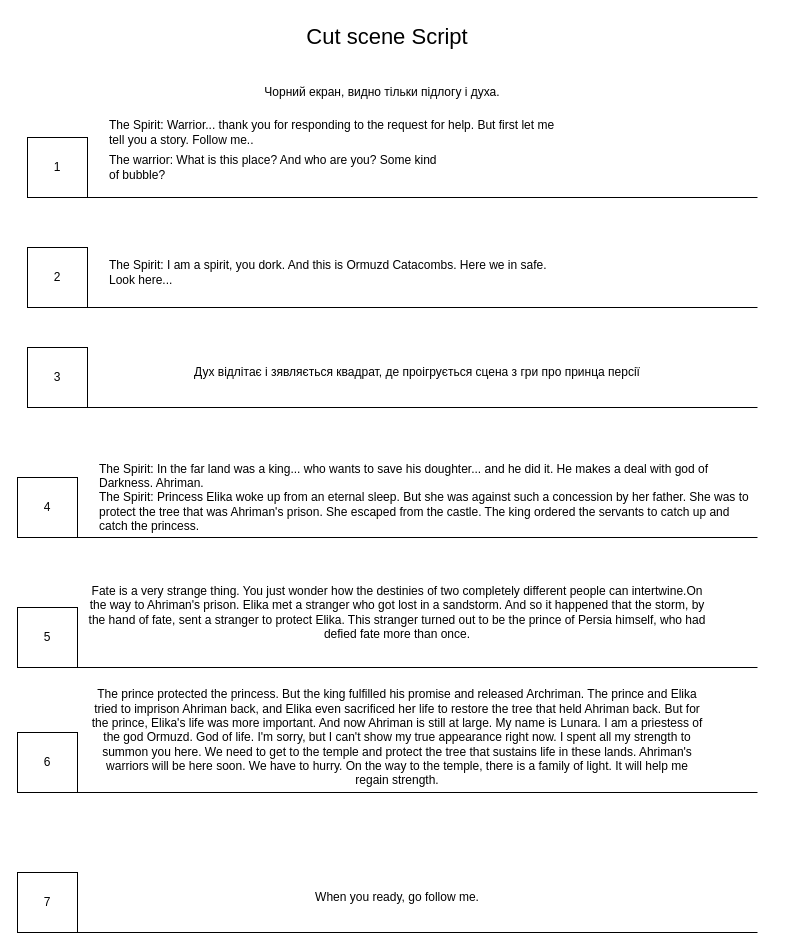
The draw.io diagram page "Сторінка-2" (2 of 2) of Assets/Design Doc/Cut Scene.drawio in NSmocker/BTMapMods, before the edit. Source tidied: cells renumbered, new cells numbered last; positions are measured from the earlier drawing's top-left corner, leaving out a move shared by most shapes. Both pictures are drawn from the tidied source at 100%, with x=0, y=0 at pixel (17, 17).
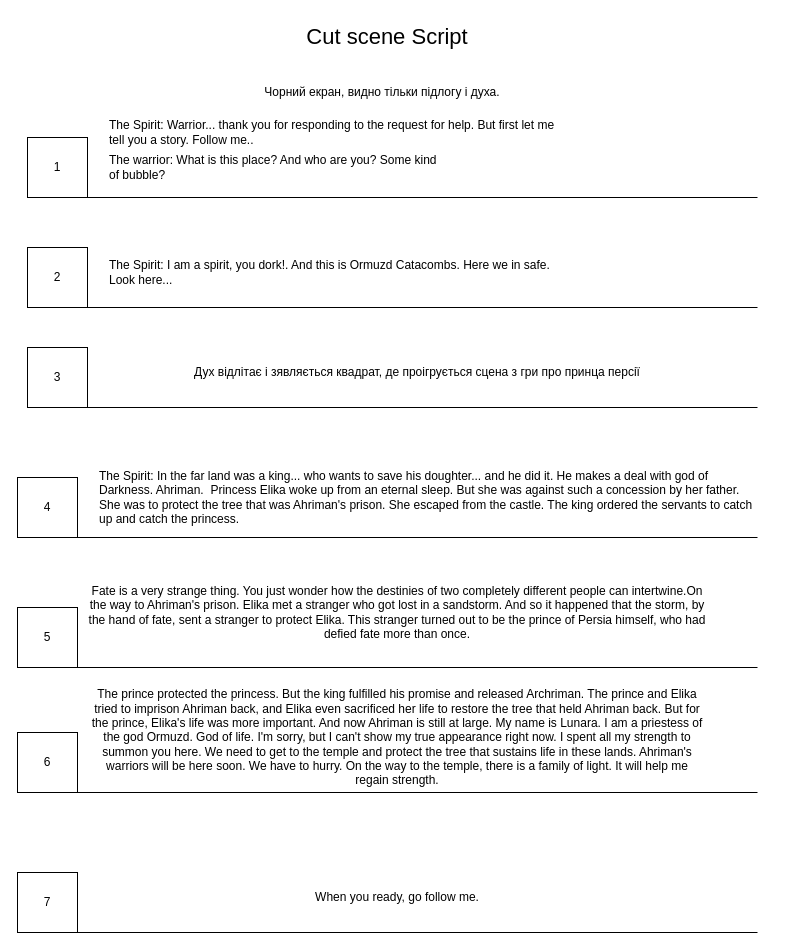
After the change.

The change refers to these unchanged cells:
```xml
<mxCell id="9" style="group;" parent="1" vertex="1">
  <mxGeometry x="10" y="230" width="760" height="60" as="geometry" />
</mxCell>
```

Diff of the diagram source:
```diff
@@
-    <mxCell id="12" value="The Spirit: I am a spirit, you dork. And this is Ormuzd&amp;nbsp;Catacombs. Here we in safe. Look here..." style="text;html=1;strokeColor=none;fillColor=none;align=left;verticalAlign=middle;whiteSpace=wrap;rounded=0;" parent="9" vertex="1">
+    <mxCell id="12" value="The Spirit: I am a spirit, you dork!. And this is Ormuzd&amp;nbsp;Catacombs. Here we in safe. Look here..." style="text;html=1;strokeColor=none;fillColor=none;align=left;verticalAlign=middle;whiteSpace=wrap;rounded=0;" parent="9" vertex="1">
       <mxGeometry x="80" y="10" width="460" height="30" as="geometry" />
     </mxCell>
@@
-    <mxCell id="15" value="The Spirit: In the far land was a king... who wants to save his doughter... and he did it. He makes a deal with god of Darkness. Ahriman.&amp;nbsp;&lt;br&gt;The Spirit:&amp;nbsp;Princess Elika woke up from an eternal sleep. But she was against such a concession by her father. She was to protect the tree that was Ahriman's prison. She escaped from the castle. The king ordered the servants to catch up and catch the princess." style="text;html=1;strokeColor=none;fillColor=none;align=left;verticalAlign=middle;whiteSpace=wrap;rounded=0;" parent="1" vertex="1">
+    <mxCell id="15" value="The Spirit: In the far land was a king... who wants to save his doughter... and he did it. He makes a deal with god of Darkness. Ahriman.&amp;nbsp;&amp;nbsp;Princess Elika woke up from an eternal sleep. But she was against such a concession by her father. She was to protect the tree that was Ahriman's prison. She escaped from the castle. The king ordered the servants to catch up and catch the princess." style="text;html=1;strokeColor=none;fillColor=none;align=left;verticalAlign=middle;whiteSpace=wrap;rounded=0;" parent="1" vertex="1">
       <mxGeometry x="80" y="440" width="660" height="80" as="geometry" />
     </mxCell>
```
